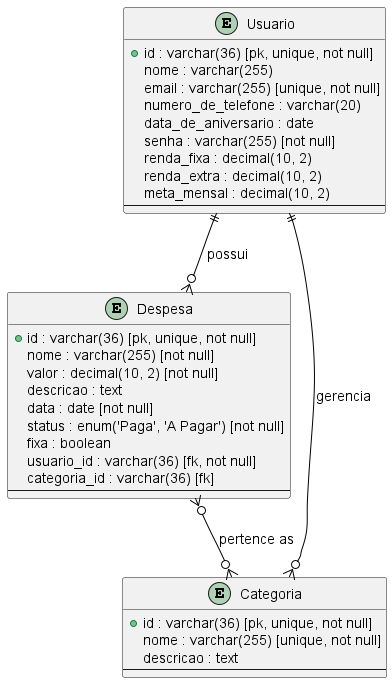
This is documents/logic_diagram/Diagrama Lógico.png from LucasMairon/FinanSee, a PlantUML export, as it was before one commit.
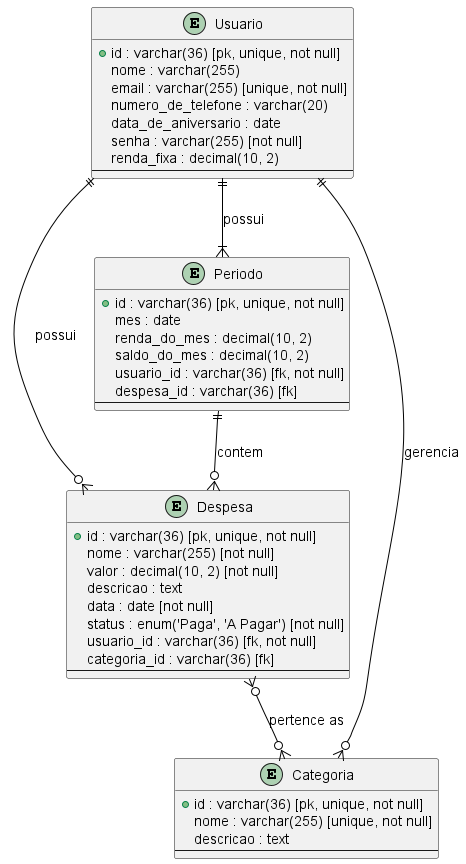
Later version of the same file.

Commit message:
docs: updating logic diagram

What changed in the source:
```diff
@@ -14,8 +14,6 @@
   data_de_aniversario : date
   senha : varchar(255) [not null]
   renda_fixa : decimal(10, 2)
-  renda_extra : decimal(10, 2)
-  meta_mensal : decimal(10, 2)
   --
 }
 
@@ -26,7 +24,6 @@
   descricao : text
   data : date [not null]
   status : enum('Paga', 'A Pagar') [not null]
-  fixa : boolean
   usuario_id : varchar(36) [fk, not null]
   categoria_id : varchar(36) [fk]
   --
@@ -39,8 +36,20 @@
   --
 }
 
+entity "Periodo" as periodo {
+  + id : varchar(36) [pk, unique, not null]
+  mes : date
+  renda_do_mes : decimal(10, 2)
+  saldo_do_mes : decimal(10, 2)
+  usuario_id : varchar(36) [fk, not null]
+  despesa_id : varchar(36) [fk]
+  --
+}
+
 usuario ||--o{ despesa : possui
+usuario ||--|{ periodo : possui
 usuario ||--o{ categoria : gerencia
 despesa }o--o{ categoria : pertence as
+periodo ||--o{ despesa: contem
 
 @enduml
```
